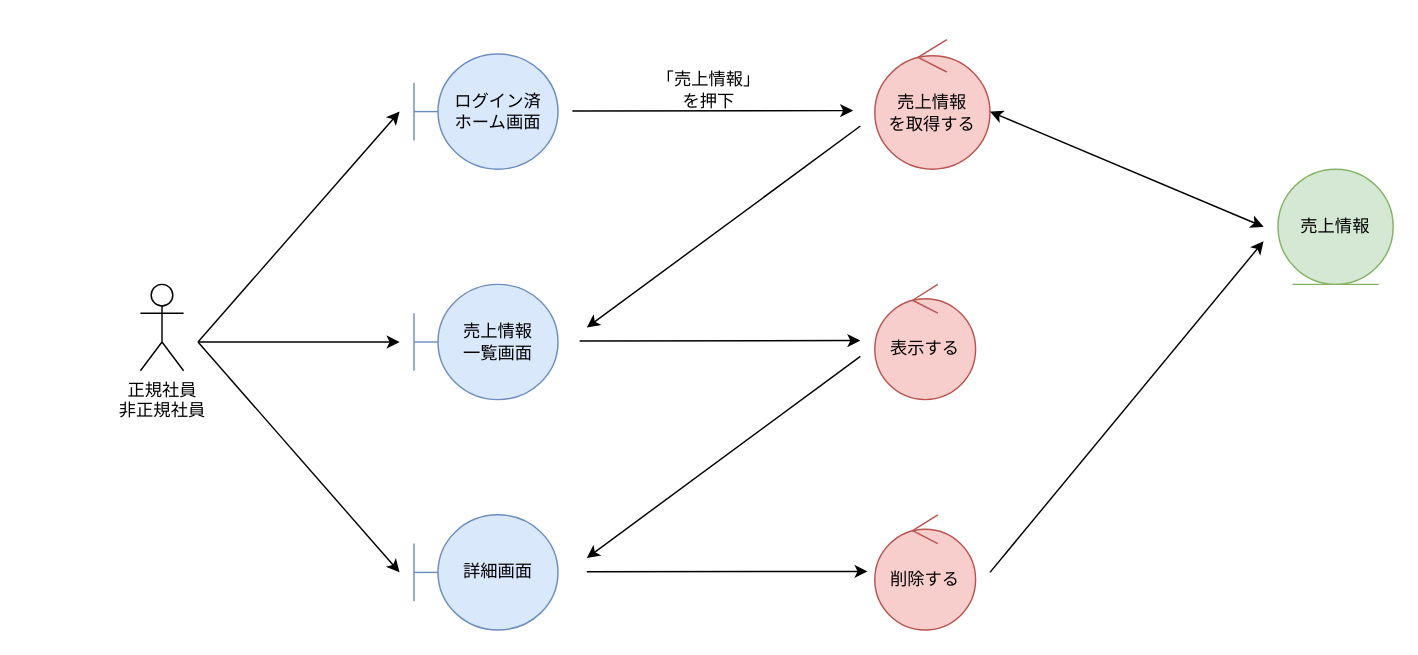
The draw.io diagram page "*売上情報管理_削除" (4 of 4) of 各種設計書/3ロバストネス図/商品情報管理/5.売上.drawio in HaruShim/Sotuken, before the edit. Source tidied: cells renumbered, new cells numbered last; positions are measured from the earlier drawing's top-left corner, leaving out a move shared by most shapes. Both pictures are drawn from the tidied source at 144%, with x=0, y=0 at pixel (140, 39).
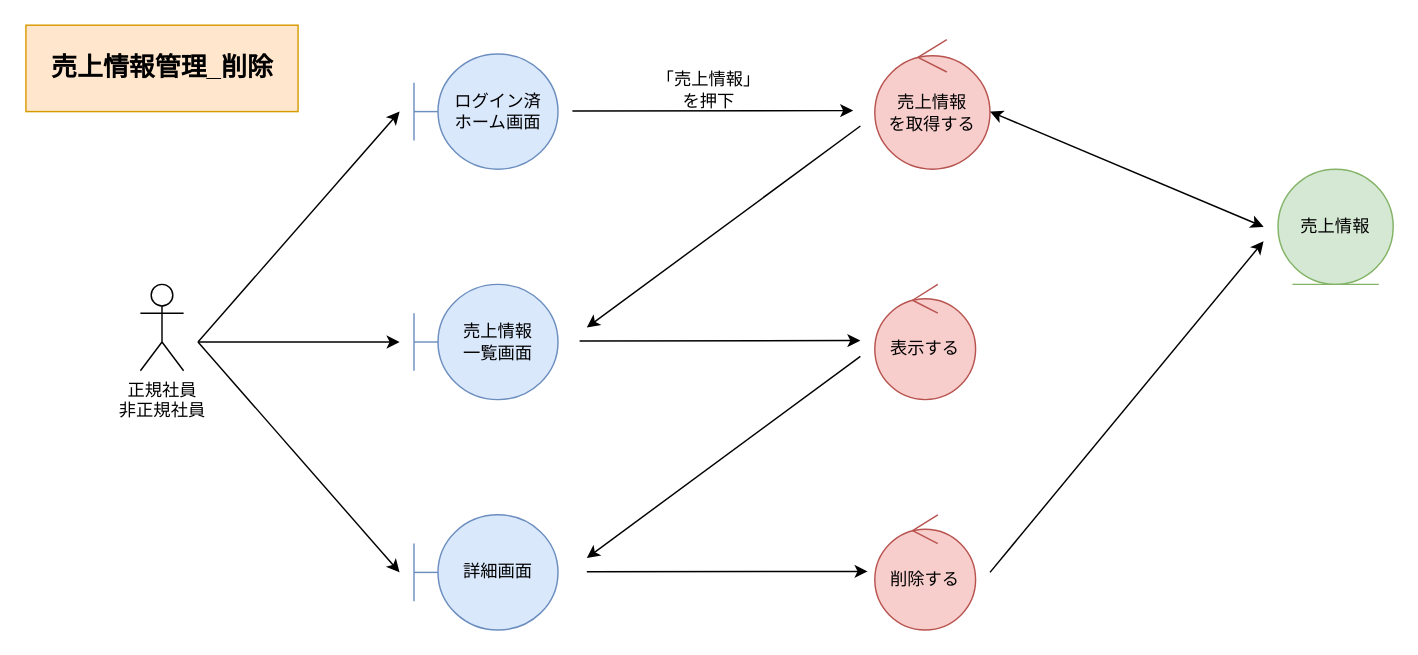
After the change.

Change to the diagram source:
```diff
@@
+    <mxCell id="21" value="売上情報管理_削除" style="rounded=0;whiteSpace=wrap;html=1;fillColor=#ffe6cc;strokeColor=#d79b00;fontStyle=1;fontSize=18;" parent="1" vertex="1">
+      <mxGeometry x="-79.5" y="-10" width="189" height="60" as="geometry" />
+    </mxCell>
```
